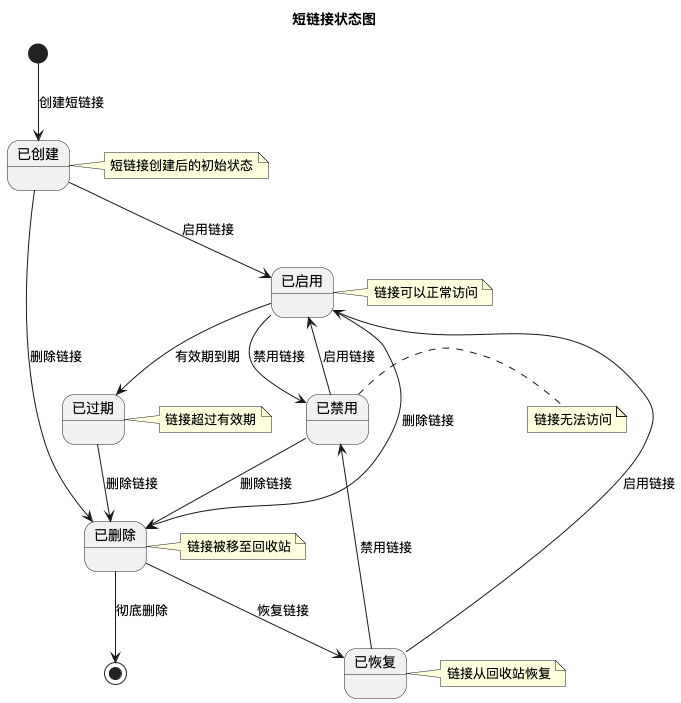
Before: images/plantuml_14_d4f8c301.png, a diagram exported from PlantUML (xDuoooo/short-link).
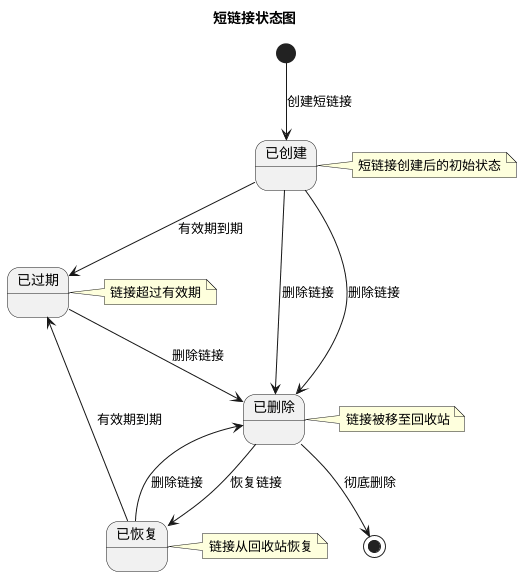
After the commit.

The edit, as a diff of the source:
```diff
@@ -3,45 +3,32 @@
 
 [*] --> 已创建 : 创建短链接
 
-已创建 --> 已启用 : 启用链接
 已创建 --> 已删除 : 删除链接
 
-已启用 --> 已禁用 : 禁用链接
-已启用 --> 已过期 : 有效期到期
-已启用 --> 已删除 : 删除链接
-
-已禁用 --> 已启用 : 启用链接
-已禁用 --> 已删除 : 删除链接
+已创建 --> 已过期 : 有效期到期
+已创建 --> 已删除 : 删除链接
 
 已过期 --> 已删除 : 删除链接
 
 已删除 --> 已恢复 : 恢复链接
 已删除 --> [*] : 彻底删除
 
-已恢复 --> 已启用 : 启用链接
-已恢复 --> 已禁用 : 禁用链接
+已恢复 --> 已过期 : 有效期到期
+已恢复 --> 已删除 : 删除链接
 
 note right of 已创建
-  短链接创建后的初始状态
-end note
-
-note right of 已启用
-  链接可以正常访问
-end note
-
-note right of 已禁用
-  链接无法访问
+短链接创建后的初始状态
 end note
 
 note right of 已过期
-  链接超过有效期
+链接超过有效期
 end note
 
 note right of 已删除
-  链接被移至回收站
+链接被移至回收站
 end note
 
 note right of 已恢复
-  链接从回收站恢复
+链接从回收站恢复
 end note
 @enduml
```
